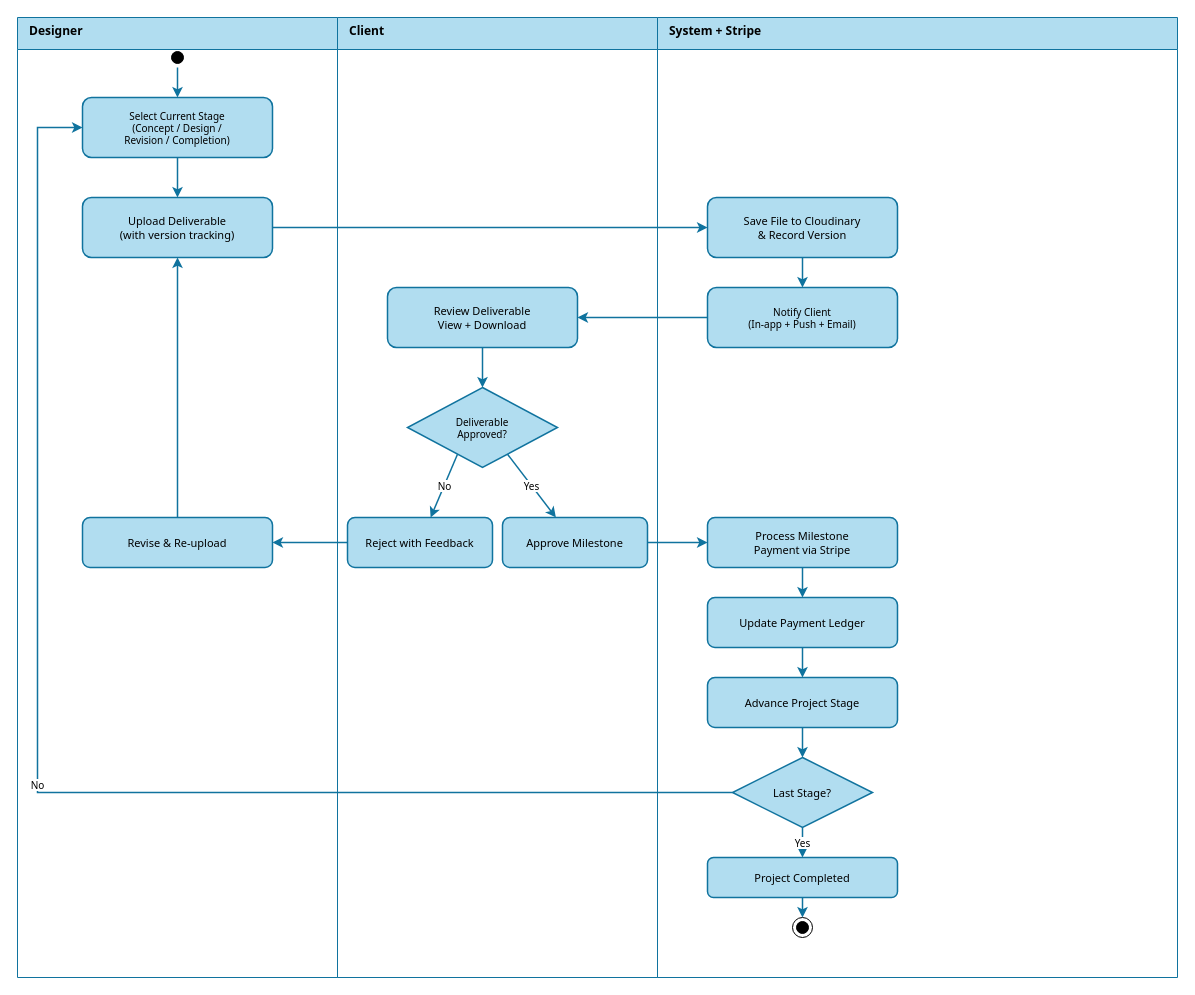
Above: docs/Interim/Diagrams/03-activity-workspace.drawio in MNSBaanu/Inside (draw.io), before the change. Source tidied: cells renumbered, new cells numbered last; positions are measured from the earlier drawing's top-left corner, leaving out a move shared by most shapes. Both pictures are drawn from the tidied source at 100%, with x=0, y=0 at pixel (17, 17).
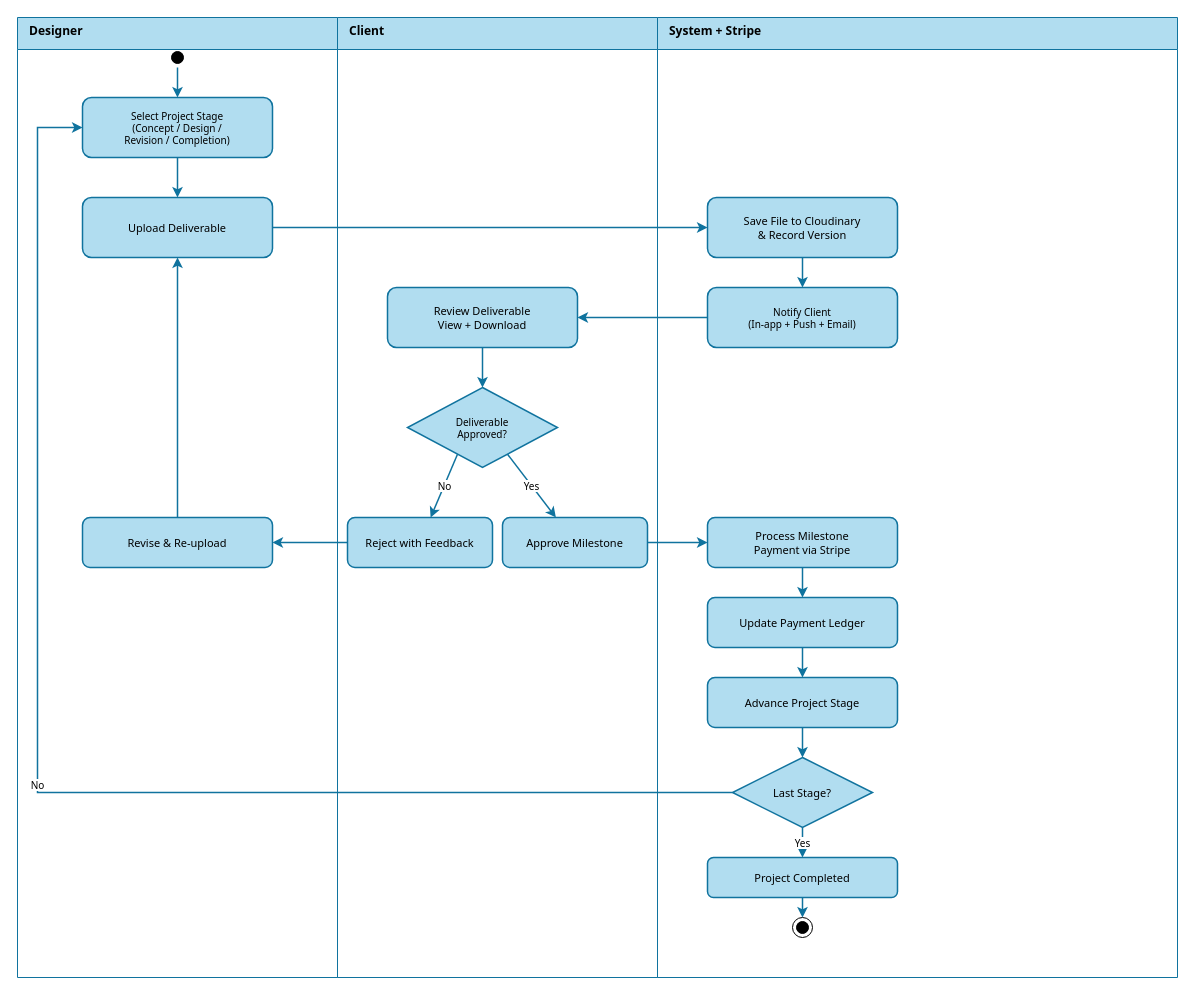
The same page after the edit.

Commit message:
Update Activity Workspace Diagram for improved terminology and clarity

- Renamed action labels for better understanding, changing "Select Current Stage" to "Select Project Stage" and simplifying "Upload Deliverable" by removing version tracking reference.
- Enhanced overall clarity of the diagram to better reflect project stages and actions.

Change to the diagram source:
```diff
@@
-    <mxCell id="6" value="Select Current Stage&#10;(Concept / Design /&#10;Revision / Completion)" style="rounded=1;whiteSpace=wrap;html=1;fillColor=#b1ddf0;strokeColor=#10739e;strokeWidth=1.5;fontFamily=Tahoma;fontSize=10;" parent="1" vertex="1">
+    <mxCell id="6" value="Select Project Stage&#10;(Concept / Design /&#10;Revision / Completion)" style="rounded=1;whiteSpace=wrap;html=1;fillColor=#b1ddf0;strokeColor=#10739e;strokeWidth=1.5;fontFamily=Tahoma;fontSize=10;" parent="1" vertex="1">
       <mxGeometry x="65" y="80" width="190" height="60" as="geometry" />
     </mxCell>
-    <mxCell id="7" value="Upload Deliverable&#10;(with version tracking)" style="rounded=1;whiteSpace=wrap;html=1;fillColor=#b1ddf0;strokeColor=#10739e;strokeWidth=1.5;fontFamily=Tahoma;fontSize=11;" parent="1" vertex="1">
+    <mxCell id="7" value="Upload Deliverable" style="rounded=1;whiteSpace=wrap;html=1;fillColor=#b1ddf0;strokeColor=#10739e;strokeWidth=1.5;fontFamily=Tahoma;fontSize=11;" parent="1" vertex="1">
       <mxGeometry x="65" y="180" width="190" height="60" as="geometry" />
     </mxCell>
```
